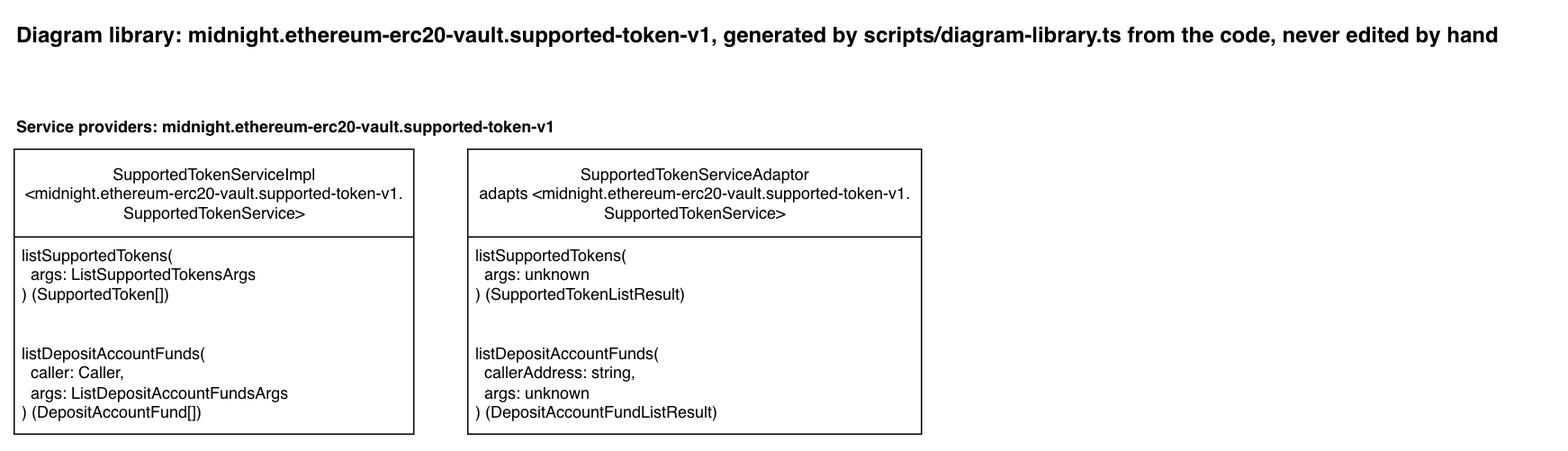
sig-net/full-stack-demo keeps this draw.io diagram as docs/diagram-library/midnight/ethereum-erc20-vault/supported-token-v1/diagram-library.drawio.png. Above is the earlier version. Source tidied: cells renumbered, new cells last; positions are measured from the earlier drawing's top-left corner, leaving out a move shared by most shapes.
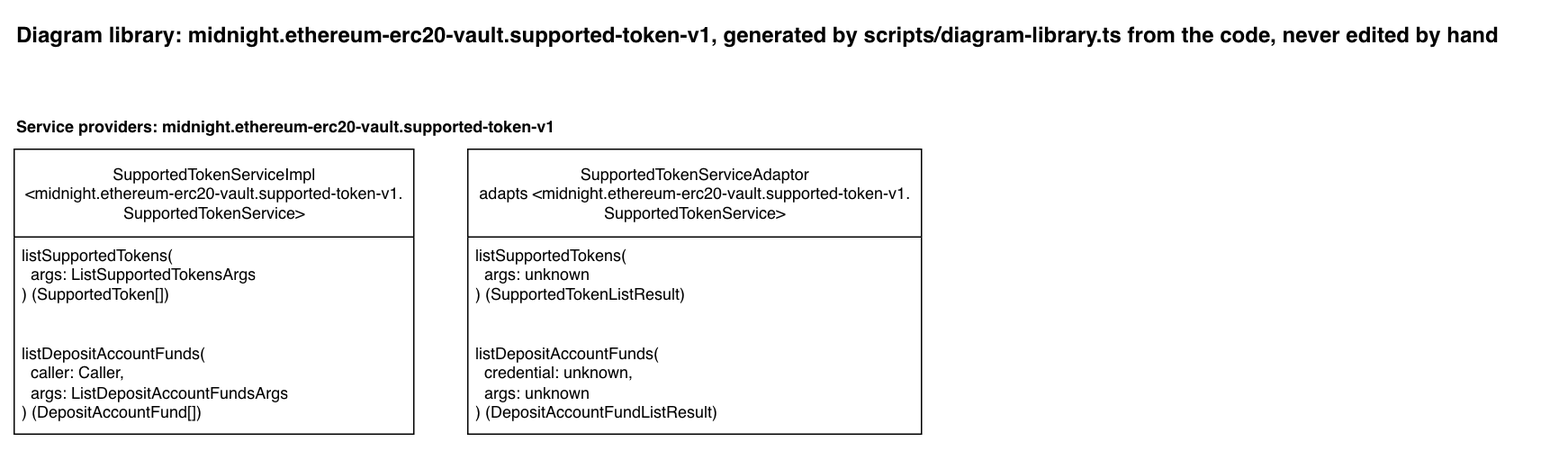
After the commit.

Change to the diagram source:
```diff
@@ -23,7 +23,7 @@
     <mxCell id="8" value="listSupportedTokens(&lt;br&gt;&amp;nbsp; args: unknown&lt;br&gt;) (SupportedTokenListResult)" style="text;strokeColor=none;fillColor=none;align=left;verticalAlign=top;spacingLeft=4;spacingRight=4;overflow=hidden;whiteSpace=wrap;html=1;" parent="7" vertex="1">
       <mxGeometry y="65" width="336" height="73" as="geometry" />
     </mxCell>
-    <mxCell id="9" value="listDepositAccountFunds(&lt;br&gt;&amp;nbsp; callerAddress: string,&lt;br&gt;&amp;nbsp; args: unknown&lt;br&gt;) (DepositAccountFundListResult)" style="text;strokeColor=none;fillColor=none;align=left;verticalAlign=top;spacingLeft=4;spacingRight=4;overflow=hidden;whiteSpace=wrap;html=1;" parent="7" vertex="1">
+    <mxCell id="9" value="listDepositAccountFunds(&lt;br&gt;&amp;nbsp; credential: unknown,&lt;br&gt;&amp;nbsp; args: unknown&lt;br&gt;) (DepositAccountFundListResult)" style="text;strokeColor=none;fillColor=none;align=left;verticalAlign=top;spacingLeft=4;spacingRight=4;overflow=hidden;whiteSpace=wrap;html=1;" parent="7" vertex="1">
       <mxGeometry y="138" width="336" height="73" as="geometry" />
     </mxCell>
   </root>
```
